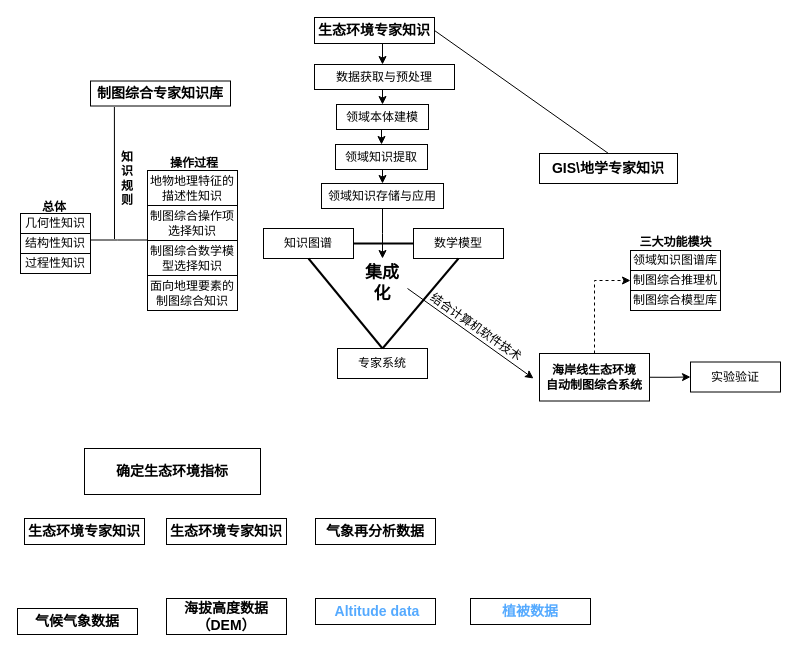
Before: KG CG.drawio in huxinkan517/DRAW.IO, a draw.io diagram. Source tidied: cells renumbered, new cells numbered last; positions are measured from the earlier drawing's top-left corner, leaving out a move shared by most shapes. Both pictures are drawn from the tidied source at 100%, with x=0, y=0 at pixel (17, 17).
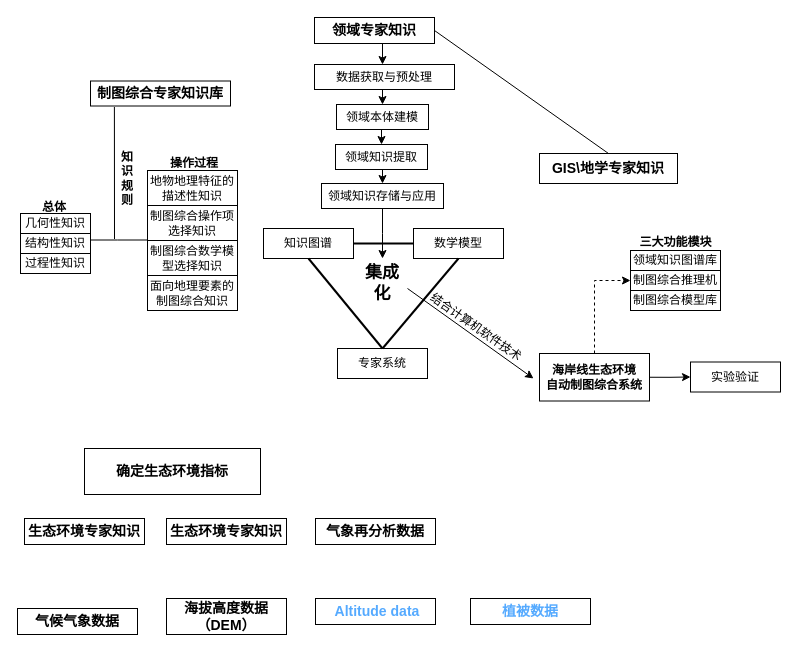
After the change.

Change to the diagram source:
```diff
@@
-    <mxCell id="9" value="&lt;span style=&quot;font-size: 10.5pt&quot;&gt;生态环境专家知识&lt;/span&gt;" style="rounded=0;whiteSpace=wrap;html=1;fontStyle=1;" parent="1" vertex="1">
+    <mxCell id="9" value="&lt;span style=&quot;font-size: 10.5pt&quot;&gt;领域专家知识&lt;/span&gt;" style="rounded=0;whiteSpace=wrap;html=1;fontStyle=1;" parent="1" vertex="1">
       <mxGeometry x="297" width="120" height="26" as="geometry" />
     </mxCell>
```
